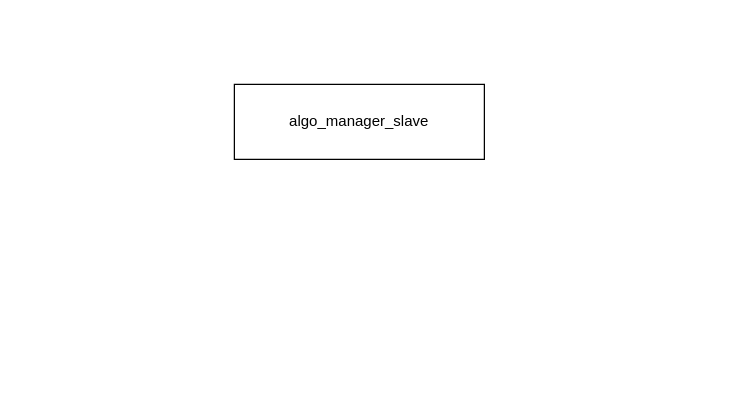
Above: nvq_algo_manager架构图.drawio in Jev0987/drawioFile (draw.io), before the change. Source tidied: cells renumbered, new cells numbered last; positions are measured from the earlier drawing's top-left corner, leaving out a move shared by most shapes. Both pictures are drawn from the tidied source at 125%, with x=0, y=0 at pixel (234, 84).
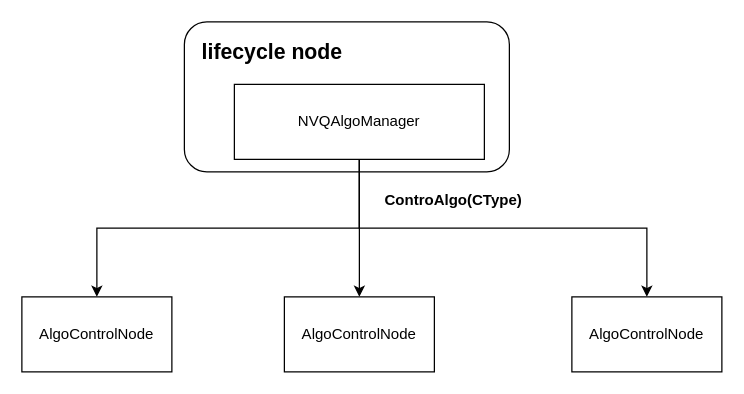
After the change.

Commit message (it also covers changes not shown here):
更新nvq_algo_manager架构图.drawio

Diff of the diagram source:
```diff
@@
 <mxGraphModel>
   <root>
     <mxCell id="0" />
     <mxCell id="1" parent="0" />
+    <mxCell id="3" style="rounded=1;whiteSpace=wrap;html=1;" parent="1" vertex="1">
+      <mxGeometry x="-40" y="-50" width="260" height="120" as="geometry" />
+    </mxCell>
+    <mxCell id="4" style="edgeStyle=orthogonalEdgeStyle;rounded=0;jettySize=auto;html=1;exitX=0.5;exitY=1;exitDx=0;exitDy=0;entryX=0.5;entryY=0;entryDx=0;entryDy=0;" parent="1" edge="1" source="2" target="7">
+      <mxGeometry relative="1" as="geometry" />
+    </mxCell>
+    <mxCell id="5" style="edgeStyle=orthogonalEdgeStyle;rounded=0;jettySize=auto;html=1;exitX=0.5;exitY=1;exitDx=0;exitDy=0;entryX=0.5;entryY=0;entryDx=0;entryDy=0;" parent="1" edge="1" source="2" target="8">
+      <mxGeometry relative="1" as="geometry" />
+    </mxCell>
+    <mxCell id="6" style="edgeStyle=orthogonalEdgeStyle;rounded=0;jettySize=auto;html=1;exitX=0.5;exitY=1;exitDx=0;exitDy=0;entryX=0.5;entryY=0;entryDx=0;entryDy=0;" parent="1" edge="1" source="2" target="9">
+      <mxGeometry relative="1" as="geometry" />
+    </mxCell>
-    <mxCell id="2" value="algo_manager_slave" style="rounded=0;whiteSpace=wrap;html=1;" parent="1" vertex="1">
+    <mxCell id="2" value="NVQAlgoManager" style="rounded=0;whiteSpace=wrap;html=1;" parent="1" vertex="1">
       <mxGeometry width="200" height="60" as="geometry" />
     </mxCell>
+    <mxCell id="7" value="AlgoControlNode" style="rounded=0;whiteSpace=wrap;html=1;" parent="1" vertex="1">
+      <mxGeometry x="-170" y="170" width="120" height="60" as="geometry" />
+    </mxCell>
+    <mxCell id="8" value="AlgoControlNode" style="rounded=0;whiteSpace=wrap;html=1;" parent="1" vertex="1">
+      <mxGeometry x="40" y="170" width="120" height="60" as="geometry" />
+    </mxCell>
+    <mxCell id="9" value="AlgoControlNode" style="rounded=0;whiteSpace=wrap;html=1;" parent="1" vertex="1">
+      <mxGeometry x="270" y="170" width="120" height="60" as="geometry" />
+    </mxCell>
+    <mxCell id="10" value="&lt;b&gt;&lt;font style=&quot;font-size: 17px;&quot;&gt;lifecycle node&lt;/font&gt;&lt;/b&gt;" style="text;html=1;align=center;verticalAlign=middle;strokeColor=none;fillColor=none;strokeWidth=6;" parent="1" vertex="1">
+      <mxGeometry x="-40" y="-40" width="140" height="30" as="geometry" />
+    </mxCell>
+    <mxCell id="11" value="ControAlgo(CType)" style="text;html=1;align=center;verticalAlign=middle;strokeColor=none;fillColor=none;fontStyle=1;" parent="1" vertex="1">
+      <mxGeometry x="110" y="78" width="130" height="30" as="geometry" />
+    </mxCell>
   </root>
 </mxGraphModel>
```
